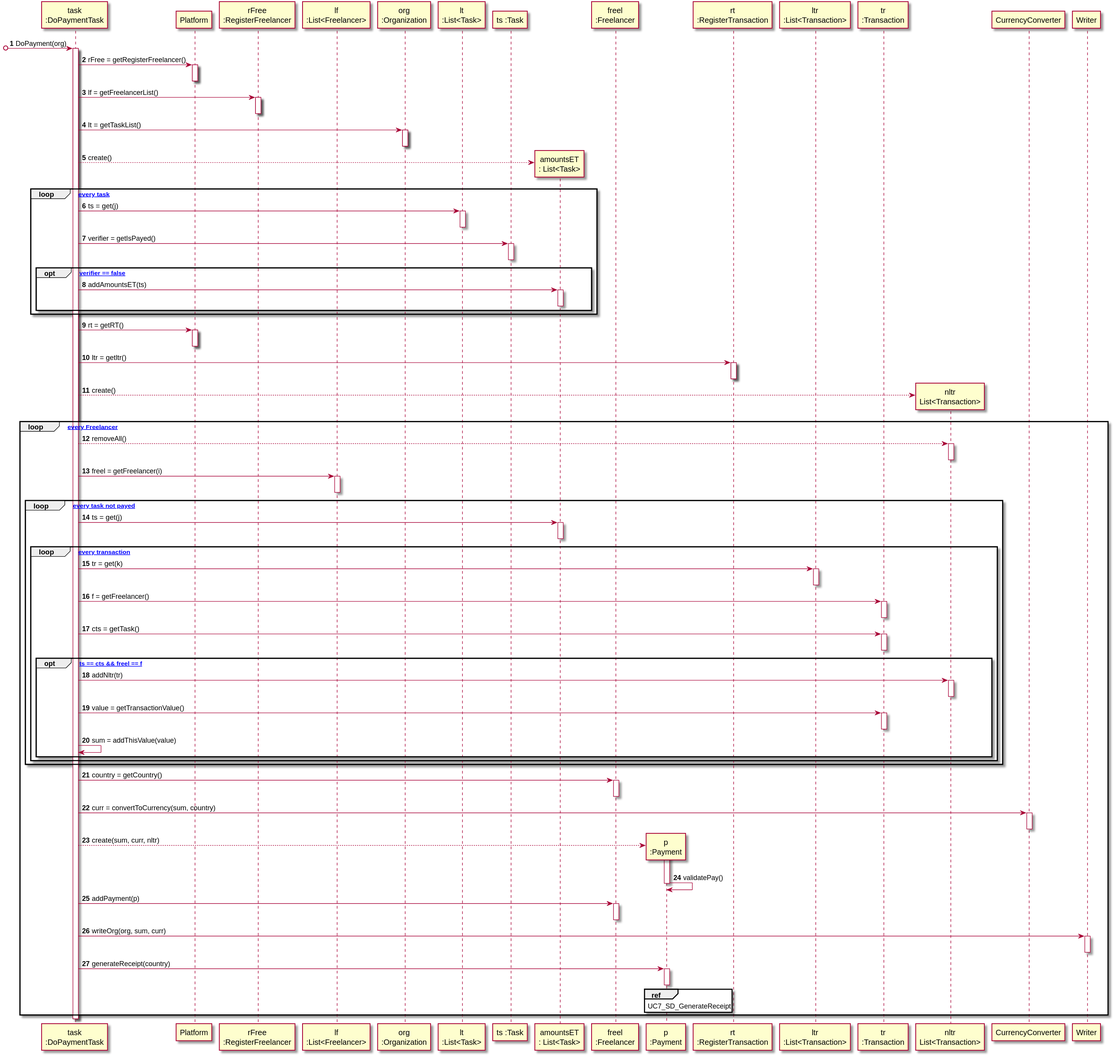
Earlier version of the PlantUML export docs/UC7 - Do Payment Automatically/UC7_SD_DoPayment.svg (1190452/LAPR2).
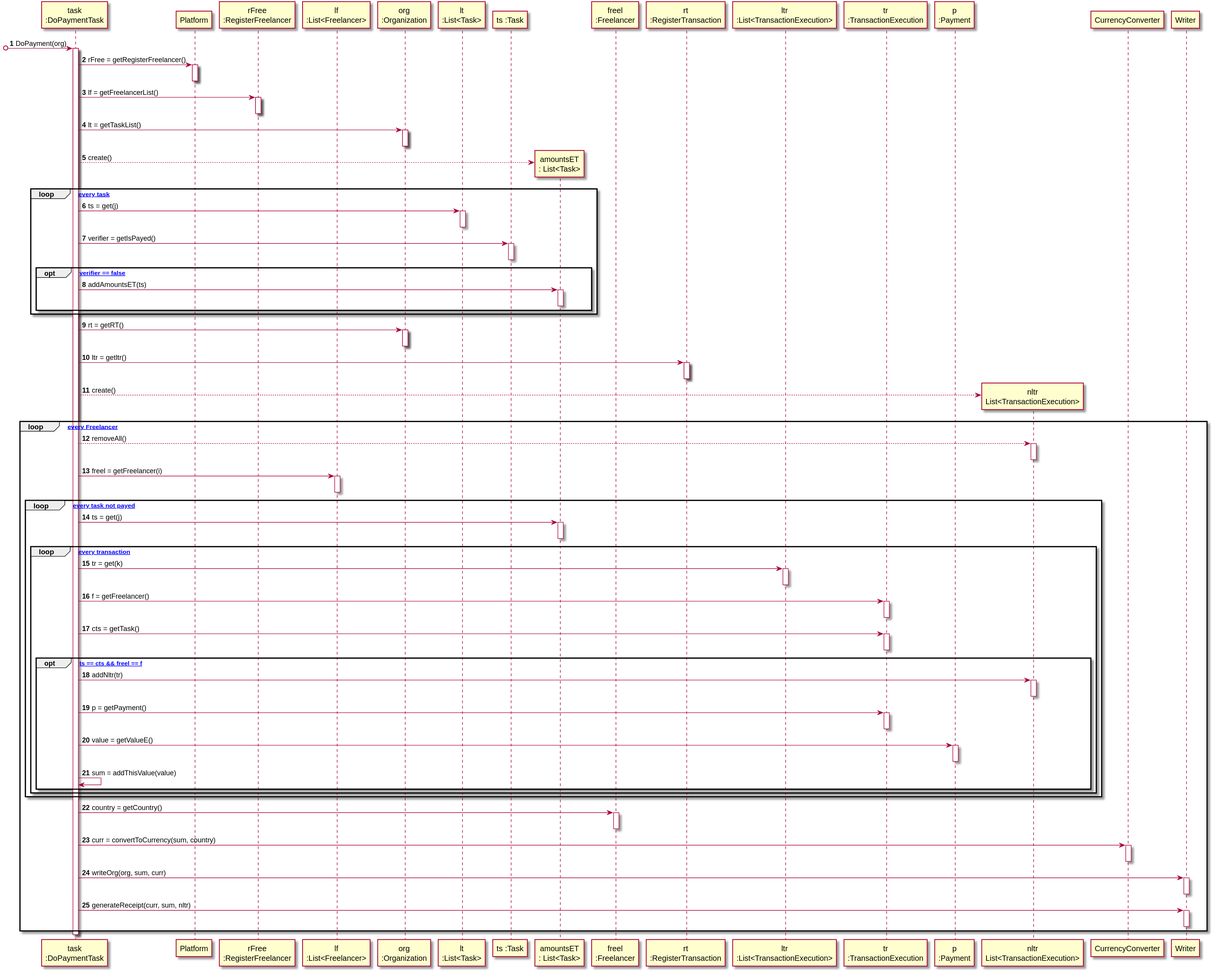
Later version of the same file.

Commit message:
[UC7] sequence diagram changes related to the transaction and payment

Diff of the diagram source:
```diff
@@ -11,11 +11,12 @@
 participant "ts :Task" as T
 participant "amountsET\n: List<Task>" as LTS
 participant "freel\n:Freelancer" as F
+
+participant "rt\n:RegisterTransaction" as RT
+participant "ltr\n:List<TransactionExecution>" as LTR
+participant "tr\n:TransactionExecution" as TR
 participant "p\n:Payment" as PA
-participant "rt\n:RegisterTransaction" as RT
-participant "ltr\n:List<Transaction>" as LTR
-participant "tr\n:Transaction" as TR
-participant "nltr\nList<Transaction>" as NLTR
+participant "nltr\nList<TransactionExecution>" as NLTR
 participant "CurrencyConverter" as CC
 participant "Writer" as W
 
@@ -65,9 +66,9 @@
 end loop
 
 
-TASK -> P : rt = getRT()
-activate P
-deactivate P
+TASK -> O : rt = getRT()
+activate O
+deactivate O
 
 TASK -> RT : ltr = getltr()
 activate RT
@@ -111,9 +112,13 @@
 deactivate NLTR
 
 
-TASK -> TR : value = getTransactionValue()
+TASK -> TR : p = getPayment()
 activate TR
 deactivate TR
+
+TASK -> PA : value = getValueE()
+activate PA
+deactivate PA
 
 TASK -> TASK : sum = addThisValue(value)
 
@@ -132,28 +137,17 @@
 
 
 
-TASK --> PA** : create(sum, curr, nltr)
 
-activate PA
-PA -> PA : validatePay()
-deactivate PA
-
-TASK -> F : addPayment(p)
-activate F
-deactivate F
 
 TASK -> W : writeOrg(org, sum, curr)
 activate W
 deactivate W
 
-TASK -> PA : generateReceipt(country)
-activate PA
-deactivate PA
+TASK -> W : generateReceipt(curr, sum, nltr)
+activate W
+deactivate W
 
 
-
-
-ref over PA : UC7_SD_GenerateReceipt
 
 end loop
 deactivate TASK
```
